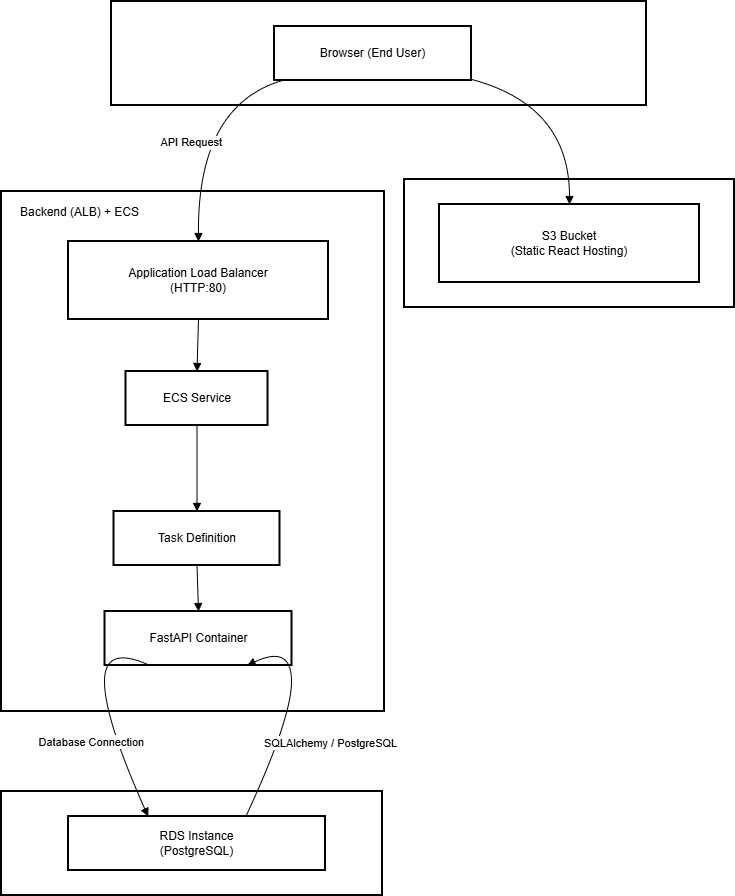
Before: docs/diagrams/deployment/aws-deployment-architecture-0.png, a diagram exported from draw.io (python-projects-fernando/ScheduleFlow). Source tidied: cells renumbered, new cells last; positions are measured from the earlier drawing's top-left corner, leaving out a move shared by most shapes. The source it was exported from:
```xml
<mxGraphModel>
  <root>
    <mxCell id="0" />
    <mxCell id="1" parent="0" />
    <mxCell id="2" value="Database (RDS)" style="whiteSpace=wrap;strokeWidth=2;" parent="1" vertex="1">
      <mxGeometry y="790" width="381" height="104" as="geometry" />
    </mxCell>
    <mxCell id="3" style="whiteSpace=wrap;strokeWidth=2;" parent="1" vertex="1">
      <mxGeometry y="190" width="383" height="520" as="geometry" />
    </mxCell>
    <mxCell id="4" value="Frontend (S3)" style="whiteSpace=wrap;strokeWidth=2;" parent="1" vertex="1">
      <mxGeometry x="403" y="178" width="330" height="128" as="geometry" />
    </mxCell>
    <mxCell id="5" value="User Access" style="whiteSpace=wrap;strokeWidth=2;" parent="1" vertex="1">
      <mxGeometry x="110" width="535" height="104" as="geometry" />
    </mxCell>
    <mxCell id="6" value="Browser (End User)" style="whiteSpace=wrap;strokeWidth=2;" parent="1" vertex="1">
      <mxGeometry x="273" y="25" width="197" height="54" as="geometry" />
    </mxCell>
    <mxCell id="7" value="S3 Bucket&#10;(Static React Hosting)" style="whiteSpace=wrap;strokeWidth=2;" parent="1" vertex="1">
      <mxGeometry x="438" y="203" width="260" height="78" as="geometry" />
    </mxCell>
    <mxCell id="8" value="Application Load Balancer&#10;(HTTP:80)" style="whiteSpace=wrap;strokeWidth=2;" parent="1" vertex="1">
      <mxGeometry x="67" y="240" width="260" height="78" as="geometry" />
    </mxCell>
    <mxCell id="9" value="ECS Service" style="whiteSpace=wrap;strokeWidth=2;" parent="1" vertex="1">
      <mxGeometry x="124.5" y="370" width="142" height="54" as="geometry" />
    </mxCell>
    <mxCell id="10" value="Task Definition" style="whiteSpace=wrap;strokeWidth=2;" parent="1" vertex="1">
      <mxGeometry x="112.5" y="510" width="166" height="54" as="geometry" />
    </mxCell>
    <mxCell id="11" value="FastAPI Container" style="whiteSpace=wrap;strokeWidth=2;" parent="1" vertex="1">
      <mxGeometry x="103.5" y="610" width="187" height="54" as="geometry" />
    </mxCell>
    <mxCell id="12" value="RDS Instance&#10;(PostgreSQL)" style="whiteSpace=wrap;strokeWidth=2;" parent="1" vertex="1">
      <mxGeometry x="67" y="815" width="257" height="54" as="geometry" />
    </mxCell>
    <mxCell id="13" style="curved=1;startArrow=none;endArrow=block;exitX=1;exitY=0.98;entryX=0.5;entryY=0;rounded=0;" parent="1" edge="1" source="6" target="7">
      <mxGeometry relative="1" as="geometry">
        <Array as="points">
          <mxPoint x="568" y="104" />
        </Array>
      </mxGeometry>
    </mxCell>
    <mxCell id="14" value="API Request" style="curved=1;startArrow=none;endArrow=block;exitX=0.04;exitY=1;entryX=0.5;entryY=0;rounded=0;" parent="1" edge="1" source="6" target="8">
      <mxGeometry x="0.11" y="-6" relative="1" as="geometry">
        <Array as="points">
          <mxPoint x="196" y="104" />
        </Array>
      </mxGeometry>
    </mxCell>
    <mxCell id="15" style="curved=1;startArrow=none;endArrow=block;exitX=0.5;exitY=1;entryX=0.5;entryY=0;rounded=0;" parent="1" edge="1" source="8" target="9">
      <mxGeometry relative="1" as="geometry" />
    </mxCell>
    <mxCell id="16" style="curved=1;startArrow=none;endArrow=block;exitX=0.5;exitY=1;entryX=0.5;entryY=0;rounded=0;" parent="1" edge="1" source="9" target="10">
      <mxGeometry relative="1" as="geometry" />
    </mxCell>
    <mxCell id="17" style="curved=1;startArrow=none;endArrow=block;exitX=0.5;exitY=1;entryX=0.5;entryY=0;rounded=0;" parent="1" edge="1" source="10" target="11">
      <mxGeometry relative="1" as="geometry" />
    </mxCell>
    <mxCell id="18" value="Database Connection" style="curved=1;startArrow=none;endArrow=block;exitX=0.24;exitY=1;entryX=0.31;entryY=0;rounded=0;" parent="1" edge="1" source="11" target="12">
      <mxGeometry x="0.21" y="-21" relative="1" as="geometry">
        <Array as="points">
          <mxPoint x="103" y="643" />
          <mxPoint x="103" y="717" />
        </Array>
      </mxGeometry>
    </mxCell>
    <mxCell id="19" value="SQLAlchemy / PostgreSQL" style="curved=1;startArrow=none;endArrow=block;exitX=0.69;exitY=0;entryX=0.76;entryY=1;rounded=0;" parent="1" edge="1" source="12" target="11">
      <mxGeometry x="-0.11" y="-46" relative="1" as="geometry">
        <Array as="points">
          <mxPoint x="290" y="717" />
          <mxPoint x="290" y="643" />
        </Array>
      </mxGeometry>
    </mxCell>
    <mxCell id="20" value="Backend (ALB) + ECS&lt;div&gt;&lt;br&gt;&lt;/div&gt;" style="text;html=1;whiteSpace=wrap;strokeColor=none;fillColor=none;align=center;verticalAlign=middle;rounded=0;" parent="1" vertex="1">
      <mxGeometry x="17" y="203" width="123" height="30" as="geometry" />
    </mxCell>
  </root>
</mxGraphModel>
```
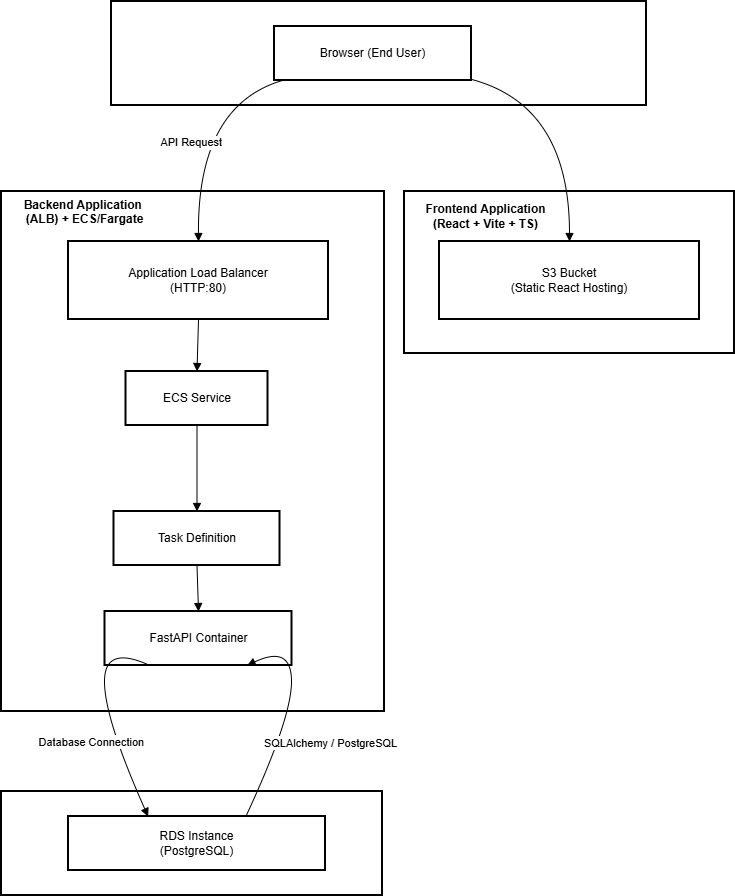
After the commit.

Commit message:
docs: Update README with demo link credentials and refine architecture diagrams

What changed in the source:
```diff
@@ -9,7 +9,7 @@
       <mxGeometry y="190" width="383" height="520" as="geometry" />
     </mxCell>
     <mxCell id="4" value="Frontend (S3)" style="whiteSpace=wrap;strokeWidth=2;" parent="1" vertex="1">
-      <mxGeometry x="403" y="178" width="330" height="128" as="geometry" />
+      <mxGeometry x="403" y="190" width="330" height="162" as="geometry" />
     </mxCell>
     <mxCell id="5" value="User Access" style="whiteSpace=wrap;strokeWidth=2;" parent="1" vertex="1">
       <mxGeometry x="110" width="535" height="104" as="geometry" />
@@ -18,7 +18,7 @@
       <mxGeometry x="273" y="25" width="197" height="54" as="geometry" />
     </mxCell>
     <mxCell id="7" value="S3 Bucket&#10;(Static React Hosting)" style="whiteSpace=wrap;strokeWidth=2;" parent="1" vertex="1">
-      <mxGeometry x="438" y="203" width="260" height="78" as="geometry" />
+      <mxGeometry x="438" y="240" width="260" height="78" as="geometry" />
     </mxCell>
     <mxCell id="8" value="Application Load Balancer&#10;(HTTP:80)" style="whiteSpace=wrap;strokeWidth=2;" parent="1" vertex="1">
       <mxGeometry x="67" y="240" width="260" height="78" as="geometry" />
@@ -74,8 +74,11 @@
         </Array>
       </mxGeometry>
     </mxCell>
-    <mxCell id="20" value="Backend (ALB) + ECS&lt;div&gt;&lt;br&gt;&lt;/div&gt;" style="text;html=1;whiteSpace=wrap;strokeColor=none;fillColor=none;align=center;verticalAlign=middle;rounded=0;" parent="1" vertex="1">
-      <mxGeometry x="17" y="203" width="123" height="30" as="geometry" />
+    <mxCell id="20" value="&lt;div&gt;&lt;b&gt;Backend Application&amp;nbsp;&lt;/b&gt;&lt;div&gt;&lt;b&gt;(ALB) + ECS/Fargate&lt;/b&gt;&lt;div&gt;&lt;br&gt;&lt;/div&gt;&lt;/div&gt;&lt;/div&gt;" style="text;html=1;whiteSpace=wrap;strokeColor=none;fillColor=none;align=center;verticalAlign=middle;rounded=0;" parent="1" vertex="1">
+      <mxGeometry x="17" y="203" width="133" height="30" as="geometry" />
     </mxCell>
+    <mxCell id="21" value="&lt;b&gt;Frontend Application&lt;/b&gt;&lt;div&gt;&lt;b&gt;(React + Vite + TS&lt;span style=&quot;background-color: transparent; color: light-dark(rgb(0, 0, 0), rgb(255, 255, 255));&quot;&gt;)&lt;/span&gt;&lt;/b&gt;&lt;/div&gt;" style="text;html=1;whiteSpace=wrap;strokeColor=none;fillColor=none;align=center;verticalAlign=middle;rounded=0;" parent="1" vertex="1">
+      <mxGeometry x="420" y="200" width="129" height="30" as="geometry" />
+    </mxCell>
   </root>
 </mxGraphModel>
```
